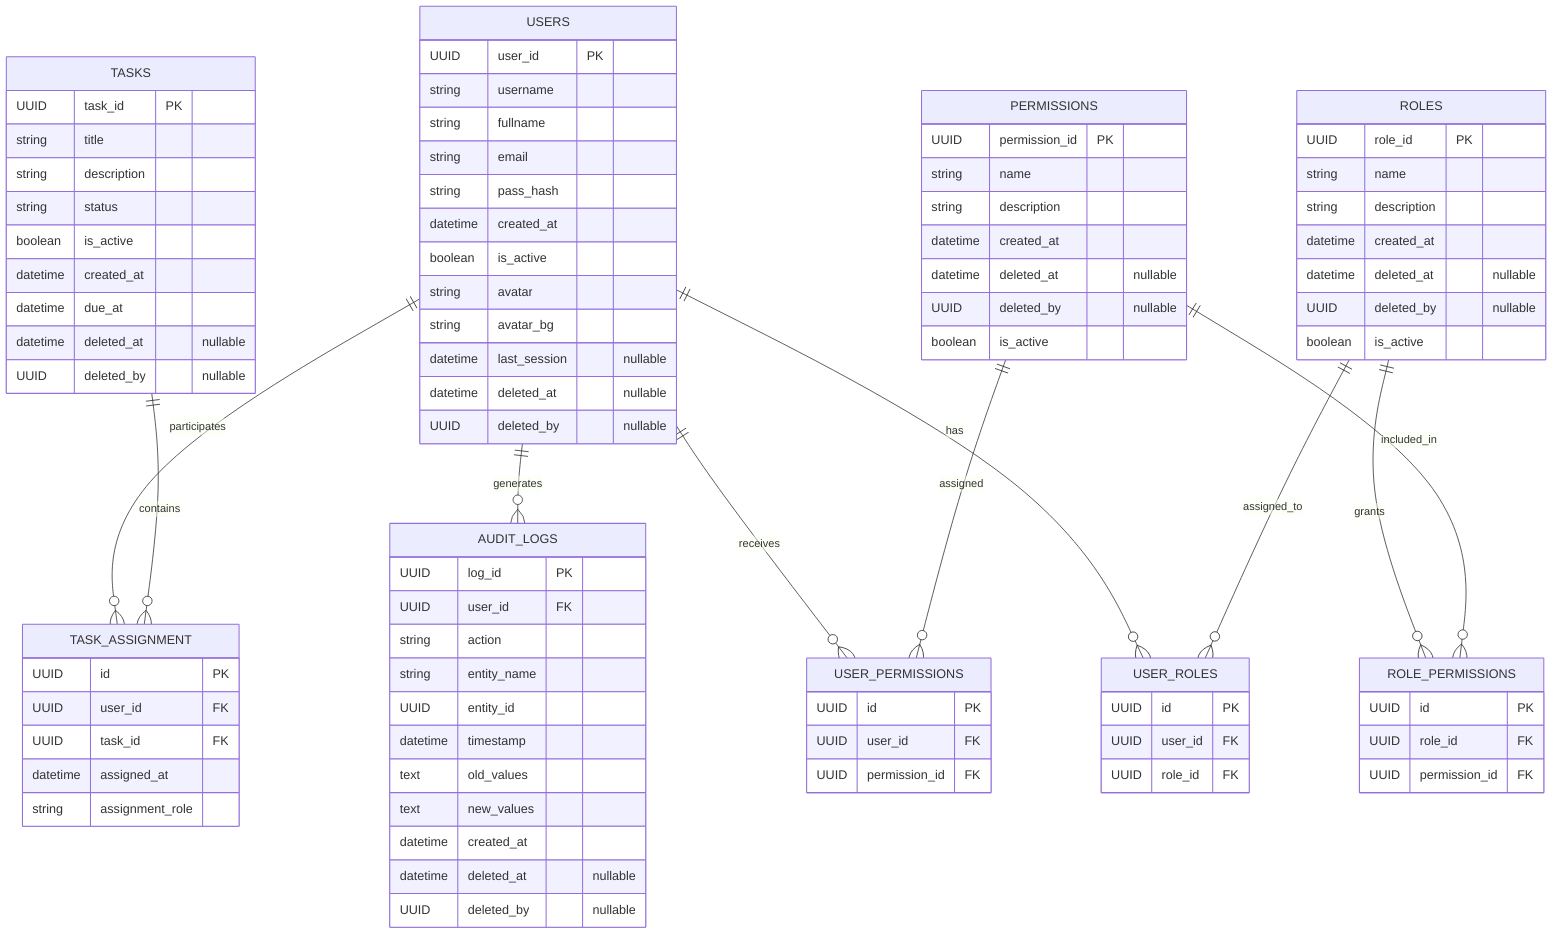
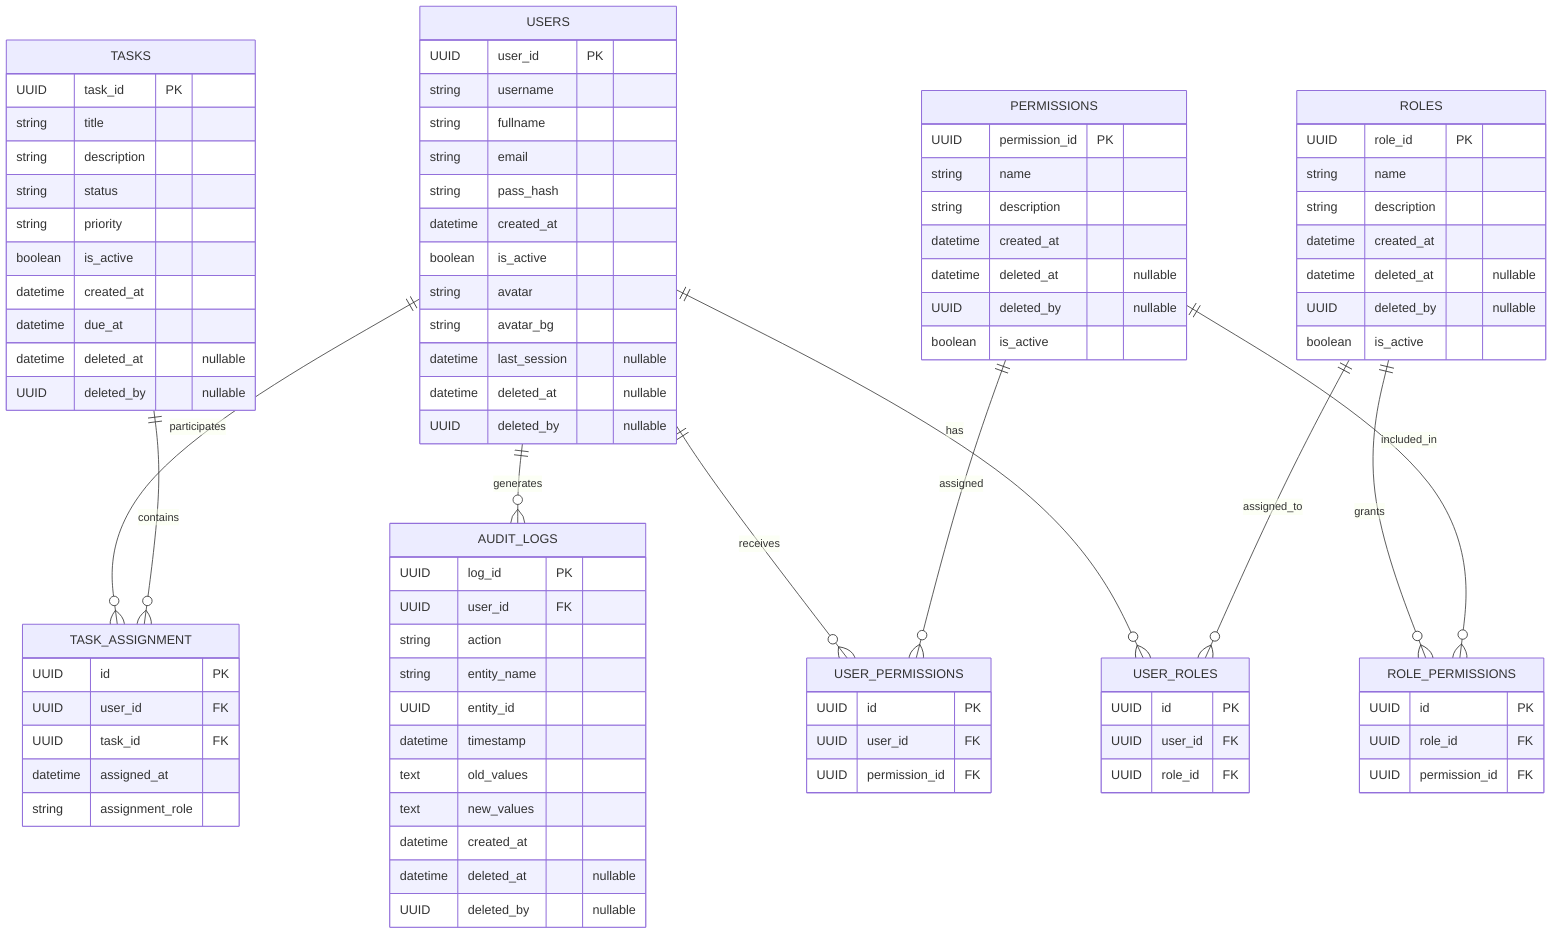
erDiagram

    USERS {
        UUID user_id PK
        string username
        string fullname
        string email
        string pass_hash
        datetime created_at
        boolean is_active
        string avatar
        string avatar_bg
        datetime last_session "nullable"
        datetime deleted_at "nullable"
        UUID deleted_by "nullable"
    }

    TASKS {
        UUID task_id PK
        string title
        string description
        string status
+         string priority
        boolean is_active
        datetime created_at
        datetime due_at
        datetime deleted_at "nullable"
        UUID deleted_by "nullable"
    }

    ROLES {
        UUID role_id PK
        string name
        string description
        datetime created_at
        datetime deleted_at "nullable"
        UUID deleted_by "nullable"
        boolean is_active
    }

    PERMISSIONS {
        UUID permission_id PK
        string name
        string description
        datetime created_at
        datetime deleted_at "nullable"
        UUID deleted_by "nullable"
        boolean is_active
    }

    AUDIT_LOGS {
        UUID log_id PK
        UUID user_id FK
        string action
        string entity_name
        UUID entity_id
        datetime timestamp
        text old_values
        text new_values
        datetime created_at
        datetime deleted_at "nullable"
        UUID deleted_by "nullable"
    }

    USER_ROLES {
        UUID id PK
        UUID user_id FK
        UUID role_id FK
    }

    ROLE_PERMISSIONS {
        UUID id PK
        UUID role_id FK
        UUID permission_id FK
    }

    USER_PERMISSIONS {
        UUID id PK
        UUID user_id FK
        UUID permission_id FK
    }

    TASK_ASSIGNMENT {
        UUID id PK
        UUID user_id FK
        UUID task_id FK
        datetime assigned_at
        string assignment_role
    }

    USERS ||--o{ USER_ROLES : has
    ROLES ||--o{ USER_ROLES : assigned_to

    ROLES ||--o{ ROLE_PERMISSIONS : grants
    PERMISSIONS ||--o{ ROLE_PERMISSIONS : included_in

    USERS ||--o{ USER_PERMISSIONS : receives
    PERMISSIONS ||--o{ USER_PERMISSIONS : assigned

    USERS ||--o{ TASK_ASSIGNMENT : participates
    TASKS ||--o{ TASK_ASSIGNMENT : contains

    USERS ||--o{ AUDIT_LOGS : generates